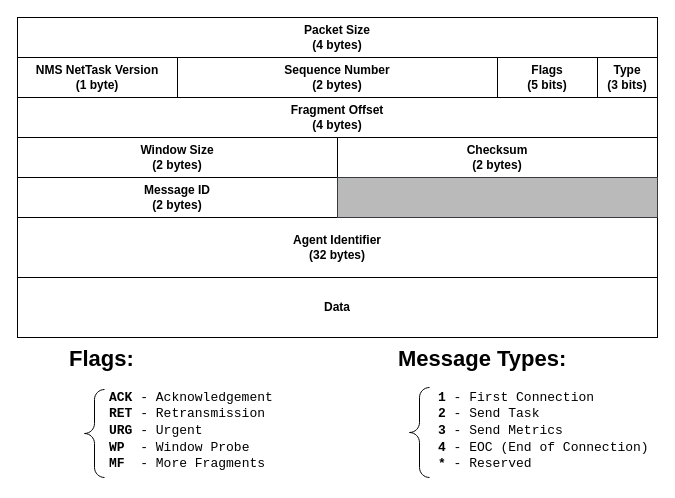
migueltc13/project-CC keeps this draw.io diagram as report/.drawio/nettask_header.drawio. Above is the earlier version. Source tidied: cells renumbered, new cells numbered last; positions are measured from the earlier drawing's top-left corner, leaving out a move shared by most shapes. Both pictures are drawn from the tidied source at 100%, with x=0, y=0 at pixel (17, 17).
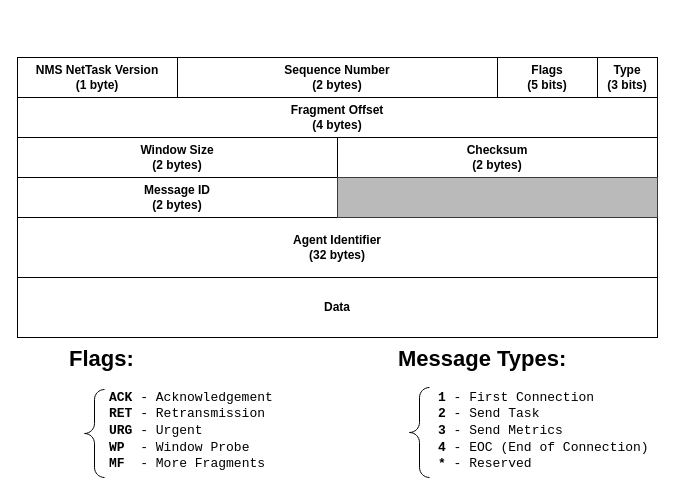
The same page after the edit.

Commit message (it also covers changes not shown here):
Update NetTask header: remove packet_size field

Change to the diagram source:
```diff
@@
 <mxGraphModel>
   <root>
     <mxCell id="0" />
     <mxCell id="1" parent="0" />
     <mxCell id="2" style="rounded=0;whiteSpace=wrap;html=1;" parent="1" vertex="1">
-      <mxGeometry width="640" height="320" as="geometry" />
+      <mxGeometry y="40" width="640" height="280" as="geometry" />
     </mxCell>
-    <mxCell id="3" value="&lt;b&gt;Packet Size&lt;br&gt;(4 bytes)&lt;/b&gt;" style="text;html=1;align=center;verticalAlign=middle;whiteSpace=wrap;rounded=0;strokeColor=default;" parent="1" vertex="1">
-      <mxGeometry width="640" height="40" as="geometry" />
-    </mxCell>
     <mxCell id="4" value="&lt;b&gt;NMS NetTask Version&lt;br&gt;(1 byte)&lt;/b&gt;" style="text;html=1;align=center;verticalAlign=middle;whiteSpace=wrap;rounded=0;strokeColor=default;" parent="1" vertex="1">
       <mxGeometry y="40" width="160" height="40" as="geometry" />
     </mxCell>
     <mxCell id="5" value="&lt;b&gt;Sequence Number&lt;br&gt;(2 bytes)&lt;/b&gt;" style="text;html=1;align=center;verticalAlign=middle;whiteSpace=wrap;rounded=0;strokeColor=default;" parent="1" vertex="1">
       <mxGeometry x="160" y="40" width="320" height="40" as="geometry" />
     </mxCell>
     <mxCell id="6" value="&lt;b&gt;Type&lt;br&gt;(3 bits)&lt;/b&gt;" style="text;html=1;align=center;verticalAlign=middle;whiteSpace=wrap;rounded=0;strokeColor=default;" parent="1" vertex="1">
       <mxGeometry x="580" y="40" width="60" height="40" as="geometry" />
     </mxCell>
     <mxCell id="7" value="&lt;b&gt;Flags&lt;br&gt;(5 bits)&lt;/b&gt;" style="text;html=1;align=center;verticalAlign=middle;whiteSpace=wrap;rounded=0;strokeColor=default;" parent="1" vertex="1">
       <mxGeometry x="480" y="40" width="100" height="40" as="geometry" />
     </mxCell>
     <mxCell id="8" value="&lt;b&gt;Fragment Offset&lt;br&gt;(4 bytes)&lt;/b&gt;" style="text;html=1;align=center;verticalAlign=middle;whiteSpace=wrap;rounded=0;strokeColor=default;" parent="1" vertex="1">
       <mxGeometry y="80" width="640" height="40" as="geometry" />
     </mxCell>
     <mxCell id="9" value="&lt;b&gt;Window Size&lt;br&gt;(2 bytes)&lt;/b&gt;" style="text;html=1;align=center;verticalAlign=middle;whiteSpace=wrap;rounded=0;strokeColor=default;" parent="1" vertex="1">
       <mxGeometry y="120" width="320" height="40" as="geometry" />
     </mxCell>
     <mxCell id="10" value="&lt;b&gt;Checksum&lt;br&gt;(2 bytes)&lt;/b&gt;" style="text;html=1;align=center;verticalAlign=middle;whiteSpace=wrap;rounded=0;strokeColor=default;" parent="1" vertex="1">
       <mxGeometry x="320" y="120" width="320" height="40" as="geometry" />
     </mxCell>
     <mxCell id="11" value="&lt;b&gt;Agent Identifier&lt;br&gt;(32 bytes)&lt;/b&gt;" style="text;html=1;align=center;verticalAlign=middle;whiteSpace=wrap;rounded=0;strokeColor=default;" parent="1" vertex="1">
       <mxGeometry y="200" width="640" height="60" as="geometry" />
     </mxCell>
     <mxCell id="12" value="&lt;b&gt;Data&lt;/b&gt;" style="text;html=1;align=center;verticalAlign=middle;whiteSpace=wrap;rounded=0;strokeColor=default;" parent="1" vertex="1">
       <mxGeometry y="260" width="640" height="60" as="geometry" />
     </mxCell>
     <mxCell id="13" value="&lt;h1 style=&quot;margin-top: 0px;&quot;&gt;&lt;font style=&quot;font-size: 22px;&quot;&gt;Flags:&lt;/font&gt;&lt;/h1&gt;&lt;blockquote style=&quot;margin: 0 0 0 40px; border: none; padding: 0px;&quot;&gt;&lt;div style=&quot;font-size: 13px;&quot;&gt;&lt;font face=&quot;Courier New&quot; style=&quot;font-size: 13px;&quot;&gt;&lt;b&gt;ACK&lt;/b&gt; - Acknowledgement&lt;/font&gt;&lt;/div&gt;&lt;div style=&quot;font-size: 13px;&quot;&gt;&lt;font face=&quot;Courier New&quot; style=&quot;font-size: 13px;&quot;&gt;&lt;b&gt;RET&lt;/b&gt; - Retransmission&lt;/font&gt;&lt;/div&gt;&lt;div style=&quot;font-size: 13px;&quot;&gt;&lt;font face=&quot;Courier New&quot; style=&quot;font-size: 13px;&quot;&gt;&lt;b&gt;URG&lt;/b&gt; - Urgent&lt;br&gt;&lt;b&gt;WP&lt;/b&gt;&amp;nbsp; - Window Probe&lt;br&gt;&lt;/font&gt;&lt;font face=&quot;Courier New&quot; style=&quot;font-size: 13px;&quot;&gt;&lt;b&gt;MF&lt;/b&gt;&amp;nbsp; - More Fragments&lt;/font&gt;&lt;/div&gt;&lt;/blockquote&gt;" style="text;html=1;whiteSpace=wrap;overflow=hidden;rounded=0;" parent="1" vertex="1">
       <mxGeometry x="50" y="320" width="230" height="140" as="geometry" />
     </mxCell>
     <mxCell id="14" style="labelPosition=right;align=left;strokeWidth=1;shape=mxgraph.mockup.markup.curlyBrace;html=1;shadow=0;dashed=0;strokeColor=#000000;direction=north;" parent="1" vertex="1">
       <mxGeometry x="67" y="372" width="20" height="88" as="geometry" />
     </mxCell>
     <mxCell id="15" value="&lt;h1 style=&quot;margin-top: 0px;&quot;&gt;&lt;font style=&quot;font-size: 22px;&quot;&gt;Message Types:&lt;/font&gt;&lt;/h1&gt;&lt;blockquote style=&quot;margin: 0 0 0 40px; border: none; padding: 0px;&quot;&gt;&lt;div style=&quot;font-size: 13px;&quot;&gt;&lt;font face=&quot;Courier New&quot; style=&quot;font-size: 13px;&quot;&gt;&lt;b&gt;1&lt;/b&gt;&amp;nbsp;- First Connection&lt;/font&gt;&lt;/div&gt;&lt;div style=&quot;font-size: 13px;&quot;&gt;&lt;font face=&quot;Courier New&quot; style=&quot;font-size: 13px;&quot;&gt;&lt;b&gt;2&lt;/b&gt; - Send Task&lt;/font&gt;&lt;/div&gt;&lt;div style=&quot;font-size: 13px;&quot;&gt;&lt;font face=&quot;Courier New&quot; style=&quot;font-size: 13px;&quot;&gt;&lt;b&gt;3&lt;/b&gt;&amp;nbsp;- Send Metrics&lt;/font&gt;&lt;/div&gt;&lt;div style=&quot;font-size: 13px;&quot;&gt;&lt;font face=&quot;Courier New&quot; style=&quot;font-size: 13px;&quot;&gt;&lt;b&gt;4&lt;/b&gt; -&amp;nbsp;EOC (End of Connection)&lt;/font&gt;&lt;/div&gt;&lt;div style=&quot;font-size: 13px;&quot;&gt;&lt;font face=&quot;Courier New&quot; style=&quot;font-size: 13px;&quot;&gt;&lt;b&gt;*&lt;/b&gt; - Reserved&lt;br&gt;&lt;/font&gt;&lt;/div&gt;&lt;/blockquote&gt;" style="text;html=1;whiteSpace=wrap;overflow=hidden;rounded=0;" parent="1" vertex="1">
       <mxGeometry x="379" y="320" width="261" height="140" as="geometry" />
     </mxCell>
     <mxCell id="16" style="labelPosition=right;align=left;strokeWidth=1;shape=mxgraph.mockup.markup.curlyBrace;html=1;shadow=0;dashed=0;strokeColor=#000000;direction=north;" parent="1" vertex="1">
       <mxGeometry x="392" y="370" width="20" height="90" as="geometry" />
     </mxCell>
     <mxCell id="17" value="&lt;b&gt;Message ID&lt;br&gt;(2 bytes)&lt;/b&gt;" style="text;html=1;align=center;verticalAlign=middle;whiteSpace=wrap;rounded=0;strokeColor=default;" parent="1" vertex="1">
       <mxGeometry y="160" width="320" height="40" as="geometry" />
     </mxCell>
     <mxCell id="18" style="text;html=1;align=center;verticalAlign=middle;whiteSpace=wrap;rounded=0;fillColor=#BABABA;strokeColor=#36393d;" parent="1" vertex="1">
       <mxGeometry x="320" y="160" width="320" height="40" as="geometry" />
     </mxCell>
   </root>
 </mxGraphModel>
```
